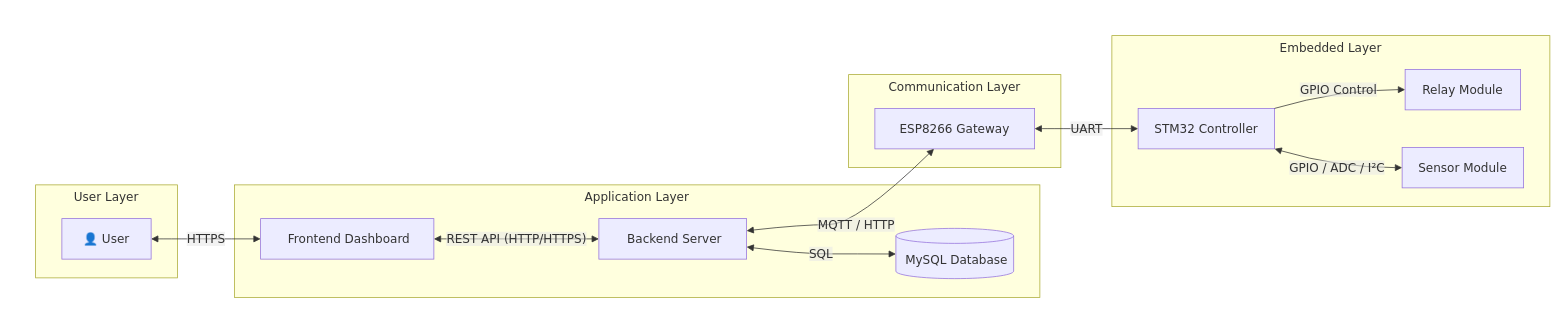
This is docs/architecture/communication-diagram.drawio from jostran1406/Phase_2_Group_11, a draw.io file, before an edit. Source tidied: cells renumbered, new cells numbered last; positions are measured from the earlier drawing's top-left corner, leaving out a move shared by most shapes. Both pictures are drawn from the tidied source at 75%, with x=0, y=0 at pixel (13, 13).
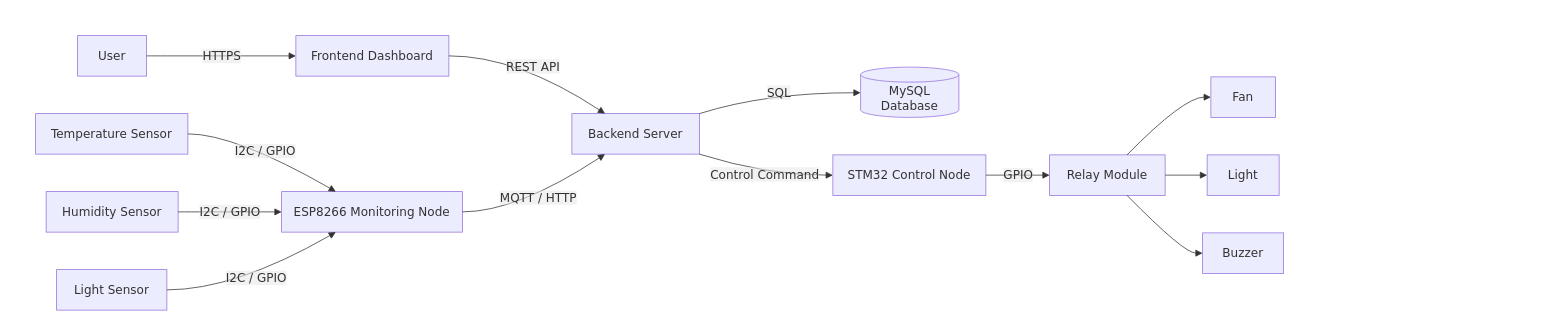
The same diagram, later.

Commit message (it also covers changes not shown here):
Refactor SP1_08: update architecture, communication, data flow and sequence diagrams

The change refers to these unchanged cells:
```xml
<mxCell id="2" style="group;transparentBounds=1;editIcon=1;lockedGroup=0;groupPadding=10;" parent="1" vertex="1">
  <mxGeometry as="geometry" />
</mxCell>
```

Change to the diagram source:
```diff
@@
-    <mxCell id="3" value="User Layer" style="html=1;whiteSpace=wrap;strokeWidth=1;verticalAlign=top;fillColor=light-dark(#ffffde,#1f2020);strokeColor=light-dark(#aaaa33,#cccccc);fontColor=light-dark(#333333,#cccccc);fontFamily=Trebuchet MS,Verdana,Arial,sans-serif;fontSize=16;" parent="2" vertex="1">
-      <mxGeometry x="30" y="229" width="189" height="124" as="geometry" />
-    </mxCell>
-    <mxCell id="4" value="👤 User" style="html=1;whiteSpace=wrap;strokeWidth=1;fillColor=light-dark(#ECECFF,#1f2020);strokeColor=light-dark(#9370DB,#cccccc);fontColor=light-dark(#333333,#cccccc);fontFamily=Trebuchet MS,Verdana,Arial,sans-serif;fontSize=16;" parent="3" vertex="1">
-      <mxGeometry x="35" y="45" width="119" height="54" as="geometry" />
-    </mxCell>
-    <mxCell id="5" value="Application Layer" style="html=1;whiteSpace=wrap;strokeWidth=1;verticalAlign=top;fillColor=light-dark(#ffffde,#1f2020);strokeColor=light-dark(#aaaa33,#cccccc);fontColor=light-dark(#333333,#cccccc);fontFamily=Trebuchet MS,Verdana,Arial,sans-serif;fontSize=16;" parent="2" vertex="1">
-      <mxGeometry x="295" y="229" width="1074" height="150" as="geometry" />
-    </mxCell>
+    <mxCell id="22" value="User" style="html=1;whiteSpace=wrap;strokeWidth=1;fillColor=light-dark(#ECECFF,#1f2020);strokeColor=light-dark(#9370DB,#cccccc);fontColor=light-dark(#333333,#cccccc);fontFamily=Trebuchet MS,Verdana,Arial,sans-serif;fontSize=16;" parent="2" vertex="1">
+      <mxGeometry x="86" y="30" width="92" height="54" as="geometry" />
+    </mxCell>
-    <mxCell id="6" value="&amp;nbsp;Frontend Dashboard" style="html=1;whiteSpace=wrap;strokeWidth=1;fillColor=light-dark(#ECECFF,#1f2020);strokeColor=light-dark(#9370DB,#cccccc);fontColor=light-dark(#333333,#cccccc);fontFamily=Trebuchet MS,Verdana,Arial,sans-serif;fontSize=16;" parent="5" vertex="1">
-      <mxGeometry x="35" y="45" width="231" height="54" as="geometry" />
+    <mxCell id="6" value="Frontend Dashboard" style="html=1;whiteSpace=wrap;strokeWidth=1;fillColor=light-dark(#ECECFF,#1f2020);strokeColor=light-dark(#9370DB,#cccccc);fontColor=light-dark(#333333,#cccccc);fontFamily=Trebuchet MS,Verdana,Arial,sans-serif;fontSize=16;" parent="2" vertex="1">
+      <mxGeometry x="377" y="30" width="204" height="54" as="geometry" />
     </mxCell>
-    <mxCell id="7" value="&amp;nbsp;Backend Server" style="html=1;whiteSpace=wrap;strokeWidth=1;fillColor=light-dark(#ECECFF,#1f2020);strokeColor=light-dark(#9370DB,#cccccc);fontColor=light-dark(#333333,#cccccc);fontFamily=Trebuchet MS,Verdana,Arial,sans-serif;fontSize=16;" parent="5" vertex="1">
-      <mxGeometry x="486" y="45" width="197" height="54" as="geometry" />
+    <mxCell id="7" value="Backend Server" style="html=1;whiteSpace=wrap;strokeWidth=1;fillColor=light-dark(#ECECFF,#1f2020);strokeColor=light-dark(#9370DB,#cccccc);fontColor=light-dark(#333333,#cccccc);fontFamily=Trebuchet MS,Verdana,Arial,sans-serif;fontSize=16;" parent="2" vertex="1">
+      <mxGeometry x="745" y="134" width="170" height="54" as="geometry" />
     </mxCell>
-    <mxCell id="8" value="&amp;nbsp;MySQL Database" style="html=1;shape=cylinder3;boundedLbl=1;backgroundOutline=1;size=10;strokeWidth=1;whiteSpace=wrap;fillColor=light-dark(#ECECFF,#1f2020);strokeColor=light-dark(#9370DB,#cccccc);fontColor=light-dark(#333333,#cccccc);fontFamily=Trebuchet MS,Verdana,Arial,sans-serif;fontSize=16;" parent="5" vertex="1">
-      <mxGeometry x="882" y="58" width="157" height="67" as="geometry" />
+    <mxCell id="8" value="MySQL Database" style="html=1;shape=cylinder3;boundedLbl=1;backgroundOutline=1;size=10;strokeWidth=1;whiteSpace=wrap;fillColor=light-dark(#ECECFF,#1f2020);strokeColor=light-dark(#9370DB,#cccccc);fontColor=light-dark(#333333,#cccccc);fontFamily=Trebuchet MS,Verdana,Arial,sans-serif;fontSize=16;" parent="2" vertex="1">
+      <mxGeometry x="1130" y="72" width="131" height="67" as="geometry" />
     </mxCell>
+    <mxCell id="23" value="ESP8266 Monitoring Node" style="html=1;whiteSpace=wrap;strokeWidth=1;fillColor=light-dark(#ECECFF,#1f2020);strokeColor=light-dark(#9370DB,#cccccc);fontColor=light-dark(#333333,#cccccc);fontFamily=Trebuchet MS,Verdana,Arial,sans-serif;fontSize=16;" parent="2" vertex="1">
+      <mxGeometry x="358" y="238" width="241" height="54" as="geometry" />
+    </mxCell>
+    <mxCell id="24" value="STM32 Control Node" style="html=1;whiteSpace=wrap;strokeWidth=1;fillColor=light-dark(#ECECFF,#1f2020);strokeColor=light-dark(#9370DB,#cccccc);fontColor=light-dark(#333333,#cccccc);fontFamily=Trebuchet MS,Verdana,Arial,sans-serif;fontSize=16;" parent="2" vertex="1">
+      <mxGeometry x="1093" y="189" width="204" height="54" as="geometry" />
+    </mxCell>
+    <mxCell id="25" value="Temperature Sensor" style="html=1;whiteSpace=wrap;strokeWidth=1;fillColor=light-dark(#ECECFF,#1f2020);strokeColor=light-dark(#9370DB,#cccccc);fontColor=light-dark(#333333,#cccccc);fontFamily=Trebuchet MS,Verdana,Arial,sans-serif;fontSize=16;" parent="2" vertex="1">
+      <mxGeometry x="30" y="134" width="203" height="54" as="geometry" />
+    </mxCell>
+    <mxCell id="26" value="Humidity Sensor" style="html=1;whiteSpace=wrap;strokeWidth=1;fillColor=light-dark(#ECECFF,#1f2020);strokeColor=light-dark(#9370DB,#cccccc);fontColor=light-dark(#333333,#cccccc);fontFamily=Trebuchet MS,Verdana,Arial,sans-serif;fontSize=16;" parent="2" vertex="1">
+      <mxGeometry x="44" y="238" width="176" height="54" as="geometry" />
+    </mxCell>
+    <mxCell id="27" value="Light Sensor" style="html=1;whiteSpace=wrap;strokeWidth=1;fillColor=light-dark(#ECECFF,#1f2020);strokeColor=light-dark(#9370DB,#cccccc);fontColor=light-dark(#333333,#cccccc);fontFamily=Trebuchet MS,Verdana,Arial,sans-serif;fontSize=16;" parent="2" vertex="1">
+      <mxGeometry x="58" y="342" width="147" height="54" as="geometry" />
+    </mxCell>
+    <mxCell id="16" value="Relay Module" style="html=1;whiteSpace=wrap;strokeWidth=1;fillColor=light-dark(#ECECFF,#1f2020);strokeColor=light-dark(#9370DB,#cccccc);fontColor=light-dark(#333333,#cccccc);fontFamily=Trebuchet MS,Verdana,Arial,sans-serif;fontSize=16;" parent="2" vertex="1">
+      <mxGeometry x="1382" y="189" width="154" height="54" as="geometry" />
+    </mxCell>
+    <mxCell id="28" value="Fan" style="html=1;whiteSpace=wrap;strokeWidth=1;fillColor=light-dark(#ECECFF,#1f2020);strokeColor=light-dark(#9370DB,#cccccc);fontColor=light-dark(#333333,#cccccc);fontFamily=Trebuchet MS,Verdana,Arial,sans-serif;fontSize=16;" parent="2" vertex="1">
+      <mxGeometry x="1597" y="85" width="86" height="54" as="geometry" />
+    </mxCell>
+    <mxCell id="29" value="Light" style="html=1;whiteSpace=wrap;strokeWidth=1;fillColor=light-dark(#ECECFF,#1f2020);strokeColor=light-dark(#9370DB,#cccccc);fontColor=light-dark(#333333,#cccccc);fontFamily=Trebuchet MS,Verdana,Arial,sans-serif;fontSize=16;" parent="2" vertex="1">
+      <mxGeometry x="1592" y="189" width="96" height="54" as="geometry" />
+    </mxCell>
+    <mxCell id="30" value="Buzzer" style="html=1;whiteSpace=wrap;strokeWidth=1;fillColor=light-dark(#ECECFF,#1f2020);strokeColor=light-dark(#9370DB,#cccccc);fontColor=light-dark(#333333,#cccccc);fontFamily=Trebuchet MS,Verdana,Arial,sans-serif;fontSize=16;" parent="2" vertex="1">
+      <mxGeometry x="1586" y="293" width="108" height="54" as="geometry" />
+    </mxCell>
+    <mxCell id="19" value="HTTPS" style="curved=1;startArrow=none;endArrow=block;endSize=7;strokeColor=light-dark(#333333,#cccccc);html=1;fontSize=16;labelBackgroundColor=light-dark(#E8E8E88D,#2a2a2a8D);fontFamily=Trebuchet MS,Verdana,Arial,sans-serif;fontColor=light-dark(#333333,#cccccc);exitX=1;exitY=0.5;entryX=0;entryY=0.5;rounded=0;" parent="2" edge="1" source="22" target="6">
+      <mxGeometry relative="1" as="geometry" />
+    </mxCell>
-    <mxCell id="9" value="REST API (HTTP/HTTPS)" style="curved=1;startArrow=block;startSize=7;endArrow=block;endSize=7;strokeColor=light-dark(#333333,#cccccc);html=1;fontSize=16;labelBackgroundColor=light-dark(#E8E8E88D,#2a2a2a8D);fontFamily=Trebuchet MS,Verdana,Arial,sans-serif;fontColor=light-dark(#333333,#cccccc);exitX=1;exitY=0.5;entryX=0;entryY=0.5;rounded=0;" parent="5" edge="1" source="6" target="7">
-      <mxGeometry relative="1" as="geometry" />
+    <mxCell id="9" value="REST API" style="curved=1;startArrow=none;endArrow=block;endSize=7;strokeColor=light-dark(#333333,#cccccc);html=1;fontSize=16;labelBackgroundColor=light-dark(#E8E8E88D,#2a2a2a8D);fontFamily=Trebuchet MS,Verdana,Arial,sans-serif;fontColor=light-dark(#333333,#cccccc);exitX=1;exitY=0.5;entryX=0.26;entryY=0;rounded=0;" parent="2" edge="1" source="6" target="7">
+      <mxGeometry relative="1" as="geometry">
+        <Array as="points">
+          <mxPoint x="672" y="57" />
+        </Array>
+      </mxGeometry>
     </mxCell>
-    <mxCell id="10" value="SQL" style="curved=1;startArrow=block;startSize=7;endArrow=block;endSize=7;strokeColor=light-dark(#333333,#cccccc);html=1;fontSize=16;labelBackgroundColor=light-dark(#E8E8E88D,#2a2a2a8D);fontFamily=Trebuchet MS,Verdana,Arial,sans-serif;fontColor=light-dark(#333333,#cccccc);exitX=1;exitY=0.7;entryX=0;entryY=0.51;rounded=0;" parent="5" edge="1" source="7" target="8">
+    <mxCell id="10" value="SQL" style="curved=1;startArrow=none;endArrow=block;endSize=7;strokeColor=light-dark(#333333,#cccccc);html=1;fontSize=16;labelBackgroundColor=light-dark(#E8E8E88D,#2a2a2a8D);fontFamily=Trebuchet MS,Verdana,Arial,sans-serif;fontColor=light-dark(#333333,#cccccc);exitX=1;exitY=0;entryX=0;entryY=0.51;rounded=0;" parent="2" edge="1" source="7" target="8">
       <mxGeometry relative="1" as="geometry">
         <Array as="points">
-          <mxPoint x="756" y="92" />
-          <mxPoint x="829" y="92" />
+          <mxPoint x="1004" y="106" />
         </Array>
       </mxGeometry>
     </mxCell>
-    <mxCell id="11" value="Communication Layer" style="html=1;whiteSpace=wrap;strokeWidth=1;verticalAlign=top;fillColor=light-dark(#ffffde,#1f2020);strokeColor=light-dark(#aaaa33,#cccccc);fontColor=light-dark(#333333,#cccccc);fontFamily=Trebuchet MS,Verdana,Arial,sans-serif;fontSize=16;" parent="2" vertex="1">
-      <mxGeometry x="1114" y="82" width="283" height="124" as="geometry" />
-    </mxCell>
-    <mxCell id="12" value="ESP8266 Gateway" style="html=1;whiteSpace=wrap;strokeWidth=1;fillColor=light-dark(#ECECFF,#1f2020);strokeColor=light-dark(#9370DB,#cccccc);fontColor=light-dark(#333333,#cccccc);fontFamily=Trebuchet MS,Verdana,Arial,sans-serif;fontSize=16;" parent="11" vertex="1">
-      <mxGeometry x="35" y="45" width="213" height="54" as="geometry" />
-    </mxCell>
-    <mxCell id="13" value="Embedded Layer" style="html=1;whiteSpace=wrap;strokeWidth=1;verticalAlign=top;fillColor=light-dark(#ffffde,#1f2020);strokeColor=light-dark(#aaaa33,#cccccc);fontColor=light-dark(#333333,#cccccc);fontFamily=Trebuchet MS,Verdana,Arial,sans-serif;fontSize=16;" parent="2" vertex="1">
-      <mxGeometry x="1465" y="30" width="584" height="228" as="geometry" />
-    </mxCell>
-    <mxCell id="14" value="STM32 Controller" style="html=1;whiteSpace=wrap;strokeWidth=1;fillColor=light-dark(#ECECFF,#1f2020);strokeColor=light-dark(#9370DB,#cccccc);fontColor=light-dark(#333333,#cccccc);fontFamily=Trebuchet MS,Verdana,Arial,sans-serif;fontSize=16;" parent="13" vertex="1">
-      <mxGeometry x="35" y="97" width="182" height="54" as="geometry" />
-    </mxCell>
-    <mxCell id="15" value="Sensor Module" style="html=1;whiteSpace=wrap;strokeWidth=1;fillColor=light-dark(#ECECFF,#1f2020);strokeColor=light-dark(#9370DB,#cccccc);fontColor=light-dark(#333333,#cccccc);fontFamily=Trebuchet MS,Verdana,Arial,sans-serif;fontSize=16;" parent="13" vertex="1">
-      <mxGeometry x="387" y="149" width="162" height="54" as="geometry" />
-    </mxCell>
-    <mxCell id="16" value="Relay Module" style="html=1;whiteSpace=wrap;strokeWidth=1;fillColor=light-dark(#ECECFF,#1f2020);strokeColor=light-dark(#9370DB,#cccccc);fontColor=light-dark(#333333,#cccccc);fontFamily=Trebuchet MS,Verdana,Arial,sans-serif;fontSize=16;" parent="13" vertex="1">
-      <mxGeometry x="391" y="45" width="154" height="54" as="geometry" />
-    </mxCell>
-    <mxCell id="17" value="GPIO / ADC / I²C" style="curved=1;startArrow=block;startSize=7;endArrow=block;endSize=7;strokeColor=light-dark(#333333,#cccccc);html=1;fontSize=16;labelBackgroundColor=light-dark(#E8E8E88D,#2a2a2a8D);fontFamily=Trebuchet MS,Verdana,Arial,sans-serif;fontColor=light-dark(#333333,#cccccc);exitX=1;exitY=1;entryX=0;entryY=0.5;rounded=0;" parent="13" edge="1" source="14" target="15">
-      <mxGeometry relative="1" as="geometry">
-        <Array as="points">
-          <mxPoint x="302" y="176" />
-        </Array>
-      </mxGeometry>
-    </mxCell>
-    <mxCell id="18" value="GPIO Control" style="curved=1;startArrow=none;endArrow=block;endSize=7;strokeColor=light-dark(#333333,#cccccc);html=1;fontSize=16;labelBackgroundColor=light-dark(#E8E8E88D,#2a2a2a8D);fontFamily=Trebuchet MS,Verdana,Arial,sans-serif;fontColor=light-dark(#333333,#cccccc);exitX=1;exitY=0;entryX=0;entryY=0.5;rounded=0;" parent="13" edge="1" source="14" target="16">
-      <mxGeometry relative="1" as="geometry">
-        <Array as="points">
-          <mxPoint x="302" y="72" />
-        </Array>
-      </mxGeometry>
-    </mxCell>
-    <mxCell id="19" value="HTTPS" style="curved=1;startArrow=block;startSize=7;endArrow=block;endSize=7;strokeColor=light-dark(#333333,#cccccc);html=1;fontSize=16;labelBackgroundColor=light-dark(#E8E8E88D,#2a2a2a8D);fontFamily=Trebuchet MS,Verdana,Arial,sans-serif;fontColor=light-dark(#333333,#cccccc);exitX=1;exitY=0.5;entryX=0;entryY=0.5;rounded=0;" parent="2" edge="1" source="4" target="6">
-      <mxGeometry relative="1" as="geometry" />
-    </mxCell>
+    <mxCell id="31" value="I2C / GPIO" style="curved=1;startArrow=none;endArrow=block;endSize=7;strokeColor=light-dark(#333333,#cccccc);html=1;fontSize=16;labelBackgroundColor=light-dark(#E8E8E88D,#2a2a2a8D);fontFamily=Trebuchet MS,Verdana,Arial,sans-serif;fontColor=light-dark(#333333,#cccccc);exitX=1;exitY=0.5;entryX=0.3;entryY=0;rounded=0;" parent="2" edge="1" source="25" target="23">
+      <mxGeometry relative="1" as="geometry">
+        <Array as="points">
+          <mxPoint x="296" y="161" />
+        </Array>
+      </mxGeometry>
+    </mxCell>
+    <mxCell id="32" value="I2C / GPIO" style="curved=1;startArrow=none;endArrow=block;endSize=7;strokeColor=light-dark(#333333,#cccccc);html=1;fontSize=16;labelBackgroundColor=light-dark(#E8E8E88D,#2a2a2a8D);fontFamily=Trebuchet MS,Verdana,Arial,sans-serif;fontColor=light-dark(#333333,#cccccc);exitX=1;exitY=0.5;entryX=0;entryY=0.5;rounded=0;" parent="2" edge="1" source="26" target="23">
+      <mxGeometry relative="1" as="geometry" />
+    </mxCell>
+    <mxCell id="33" value="I2C / GPIO" style="curved=1;startArrow=none;endArrow=block;endSize=7;strokeColor=light-dark(#333333,#cccccc);html=1;fontSize=16;labelBackgroundColor=light-dark(#E8E8E88D,#2a2a2a8D);fontFamily=Trebuchet MS,Verdana,Arial,sans-serif;fontColor=light-dark(#333333,#cccccc);exitX=1;exitY=0.5;entryX=0.3;entryY=1;rounded=0;" parent="2" edge="1" source="27" target="23">
+      <mxGeometry relative="1" as="geometry">
+        <Array as="points">
+          <mxPoint x="296" y="369" />
+        </Array>
+      </mxGeometry>
+    </mxCell>
-    <mxCell id="20" value="MQTT / HTTP" style="curved=1;startArrow=block;startSize=7;endArrow=block;endSize=7;strokeColor=light-dark(#333333,#cccccc);html=1;fontSize=16;labelBackgroundColor=light-dark(#E8E8E88D,#2a2a2a8D);fontFamily=Trebuchet MS,Verdana,Arial,sans-serif;fontColor=light-dark(#333333,#cccccc);exitX=1;exitY=0.3;entryX=0.37;entryY=1;rounded=0;" parent="2" edge="1" source="7" target="12">
+    <mxCell id="20" value="MQTT / HTTP" style="curved=1;startArrow=none;endArrow=block;endSize=7;strokeColor=light-dark(#333333,#cccccc);html=1;fontSize=16;labelBackgroundColor=light-dark(#E8E8E88D,#2a2a2a8D);fontFamily=Trebuchet MS,Verdana,Arial,sans-serif;fontColor=light-dark(#333333,#cccccc);exitX=1;exitY=0.5;entryX=0.26;entryY=1;rounded=0;" parent="2" edge="1" source="23" target="7">
       <mxGeometry relative="1" as="geometry">
         <Array as="points">
-          <mxPoint x="1051" y="282" />
-          <mxPoint x="1124" y="282" />
+          <mxPoint x="672" y="265" />
         </Array>
       </mxGeometry>
     </mxCell>
-    <mxCell id="21" value="UART" style="curved=1;startArrow=block;startSize=7;endArrow=block;endSize=7;strokeColor=light-dark(#333333,#cccccc);html=1;fontSize=16;labelBackgroundColor=light-dark(#E8E8E88D,#2a2a2a8D);fontFamily=Trebuchet MS,Verdana,Arial,sans-serif;fontColor=light-dark(#333333,#cccccc);exitX=1;exitY=0.5;entryX=0;entryY=0.5;rounded=0;" parent="2" edge="1" source="12" target="14">
-      <mxGeometry relative="1" as="geometry" />
-    </mxCell>
+    <mxCell id="34" value="Control Command" style="curved=1;startArrow=none;endArrow=block;endSize=7;strokeColor=light-dark(#333333,#cccccc);html=1;fontSize=16;labelBackgroundColor=light-dark(#E8E8E88D,#2a2a2a8D);fontFamily=Trebuchet MS,Verdana,Arial,sans-serif;fontColor=light-dark(#333333,#cccccc);exitX=1;exitY=1;entryX=0;entryY=0.5;rounded=0;" parent="2" edge="1" source="7" target="24">
+      <mxGeometry relative="1" as="geometry">
+        <Array as="points">
+          <mxPoint x="1004" y="216" />
+        </Array>
+      </mxGeometry>
+    </mxCell>
+    <mxCell id="35" value="GPIO" style="curved=1;startArrow=none;endArrow=block;endSize=7;strokeColor=light-dark(#333333,#cccccc);html=1;fontSize=16;labelBackgroundColor=light-dark(#E8E8E88D,#2a2a2a8D);fontFamily=Trebuchet MS,Verdana,Arial,sans-serif;fontColor=light-dark(#333333,#cccccc);exitX=1;exitY=0.5;entryX=0;entryY=0.5;rounded=0;" parent="2" edge="1" source="24" target="16">
+      <mxGeometry relative="1" as="geometry" />
+    </mxCell>
+    <mxCell id="36" style="curved=1;startArrow=none;endArrow=block;endSize=7;strokeColor=light-dark(#333333,#cccccc);exitX=0.67;exitY=0;entryX=0;entryY=0.5;rounded=0;" parent="2" edge="1" source="16" target="28">
+      <mxGeometry relative="1" as="geometry">
+        <Array as="points">
+          <mxPoint x="1561" y="112" />
+        </Array>
+      </mxGeometry>
+    </mxCell>
+    <mxCell id="37" style="curved=1;startArrow=none;endArrow=block;endSize=7;strokeColor=light-dark(#333333,#cccccc);exitX=1;exitY=0.5;entryX=0;entryY=0.5;rounded=0;" parent="2" edge="1" source="16" target="29">
+      <mxGeometry relative="1" as="geometry" />
+    </mxCell>
+    <mxCell id="38" style="curved=1;startArrow=none;endArrow=block;endSize=7;strokeColor=light-dark(#333333,#cccccc);exitX=0.67;exitY=1;entryX=0;entryY=0.5;rounded=0;" parent="2" edge="1" source="16" target="30">
+      <mxGeometry relative="1" as="geometry">
+        <Array as="points">
+          <mxPoint x="1561" y="320" />
+        </Array>
+      </mxGeometry>
+    </mxCell>
```
